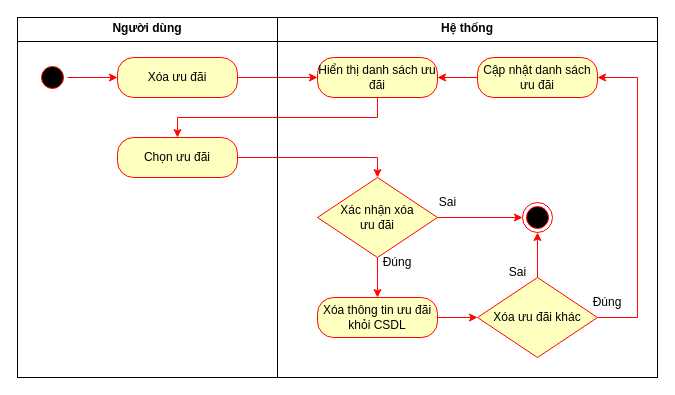
Before: Sơ đồ hoạt động UC xóa ưu đãi.drawio in HaojackYT/DAA_SA, a draw.io diagram. Source tidied: cells renumbered, new cells numbered last; positions are measured from the earlier drawing's top-left corner, leaving out a move shared by most shapes. Both pictures are drawn from the tidied source at 100%, with x=0, y=0 at pixel (17, 17).
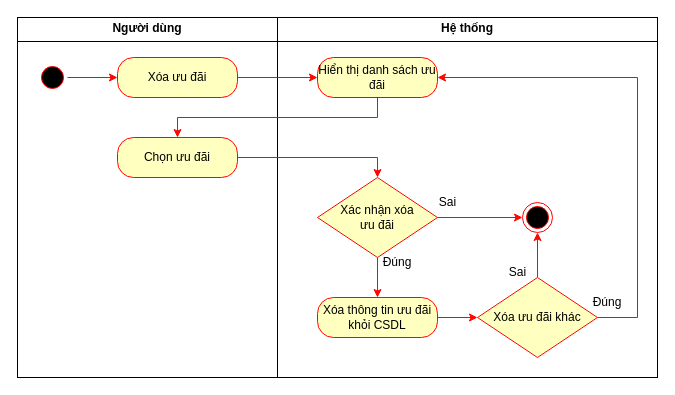
Above is the later version.

Unchanged cells that the change refers to:
```xml
<mxCell id="11" value="Hiển thị danh sách ưu đãi" style="rounded=1;whiteSpace=wrap;html=1;arcSize=40;fontColor=#000000;fillColor=#ffffc0;strokeColor=#ff0000;" parent="1" vertex="1">
  <mxGeometry x="300" y="40" width="120" height="40" as="geometry" />
</mxCell>
<mxCell id="19" value="Xóa ưu đãi khác" style="rhombus;whiteSpace=wrap;html=1;fontColor=#000000;fillColor=#ffffc0;strokeColor=#FF0500;" parent="1" vertex="1">
  <mxGeometry x="460" y="260" width="120" height="80" as="geometry" />
</mxCell>
```

Diff of the diagram source:
```diff
@@
-    <mxCell id="18" style="edgeStyle=orthogonalEdgeStyle;rounded=0;jettySize=auto;html=1;entryX=1;entryY=0.5;entryDx=0;entryDy=0;strokeColor=#FF0500;" parent="1" edge="1" source="19" target="26">
+    <mxCell id="18" style="edgeStyle=orthogonalEdgeStyle;rounded=0;jettySize=auto;html=1;entryX=1;entryY=0.5;entryDx=0;entryDy=0;strokeColor=#FF0500;" parent="1" edge="1" source="19" target="11">
       <mxGeometry relative="1" as="geometry">
         <Array as="points">
           <mxPoint x="620" y="300" />
           <mxPoint x="620" y="60" />
         </Array>
       </mxGeometry>
     </mxCell>
@@
-    <mxCell id="25" style="edgeStyle=orthogonalEdgeStyle;rounded=0;jettySize=auto;html=1;strokeColor=#FF0500;" parent="1" edge="1" source="26" target="11">
-      <mxGeometry relative="1" as="geometry" />
-    </mxCell>
-    <mxCell id="26" value="Cập nhật danh sách&lt;br&gt;ưu đãi" style="rounded=1;whiteSpace=wrap;html=1;arcSize=40;fontColor=#000000;fillColor=#ffffc0;strokeColor=#ff0000;" parent="1" vertex="1">
-      <mxGeometry x="460" y="40" width="120" height="40" as="geometry" />
-    </mxCell>
```
